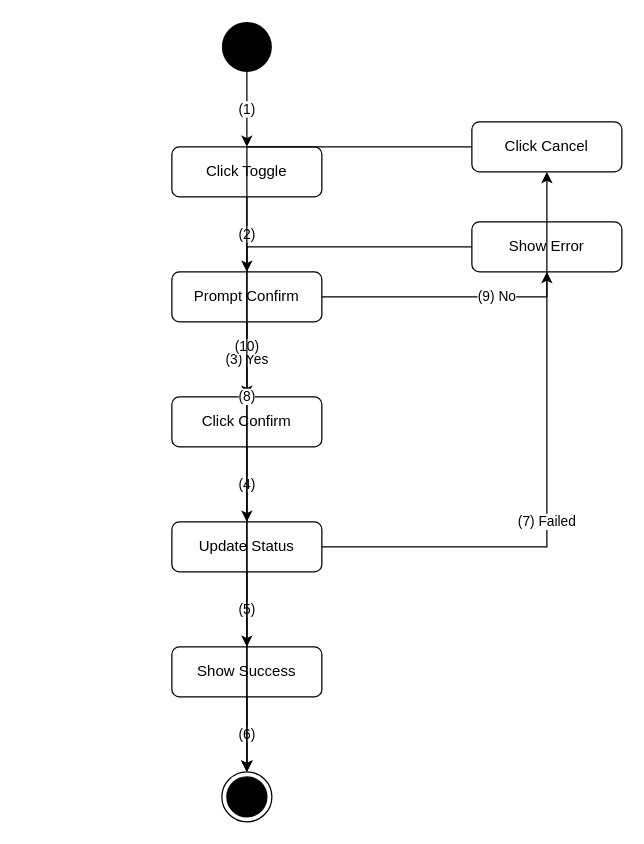
The draw.io diagram activity_flow/uc38_activity_flow.drawio in kingDlight/UEIMS_Project, before the edit. Source tidied: cells renumbered, new cells numbered last; positions are measured from the earlier drawing's top-left corner, leaving out a move shared by most shapes. Both pictures are drawn from the tidied source at 125%, with x=0, y=0 at pixel (171, 21).
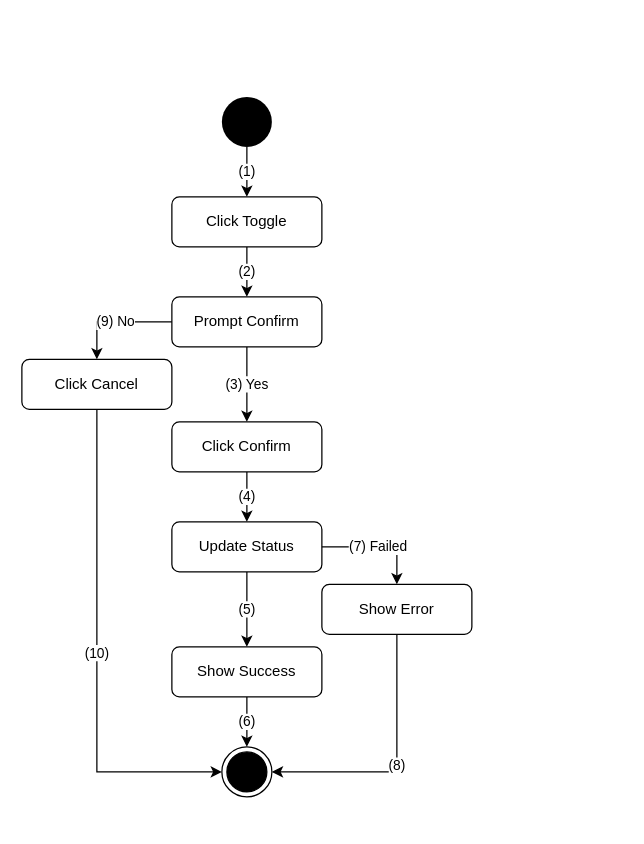
The same diagram, later.

The change refers to these unchanged cells:
```xml
<mxCell id="6" value="Update Status" style="rounded=1;whiteSpace=wrap;html=1;" parent="1" vertex="1">
  <mxGeometry y="400" width="120" height="40" as="geometry" />
</mxCell>
```

Change to the diagram source:
```diff
@@
     <mxCell id="2" style="ellipse;whiteSpace=wrap;html=1;fillColor=#000000;strokeColor=none;" parent="1" vertex="1">
-      <mxGeometry x="40" width="40" height="40" as="geometry" />
+      <mxGeometry x="40" y="60" width="40" height="40" as="geometry" />
     </mxCell>
     <mxCell id="3" value="Click Toggle" style="rounded=1;whiteSpace=wrap;html=1;" parent="1" vertex="1">
-      <mxGeometry y="100" width="120" height="40" as="geometry" />
+      <mxGeometry y="140" width="120" height="40" as="geometry" />
     </mxCell>
     <mxCell id="4" value="Prompt Confirm" style="rounded=1;whiteSpace=wrap;html=1;" parent="1" vertex="1">
-      <mxGeometry y="200" width="120" height="40" as="geometry" />
+      <mxGeometry y="220" width="120" height="40" as="geometry" />
     </mxCell>
     <mxCell id="5" value="Click Confirm" style="rounded=1;whiteSpace=wrap;html=1;" parent="1" vertex="1">
-      <mxGeometry y="300" width="120" height="40" as="geometry" />
+      <mxGeometry y="320" width="120" height="40" as="geometry" />
     </mxCell>
@@
     <mxCell id="8" style="ellipse;html=1;shape=endState;fillColor=#000000;strokeColor=#000000;" parent="1" vertex="1">
-      <mxGeometry x="40" y="600" width="40" height="40" as="geometry" />
+      <mxGeometry x="40" y="580" width="40" height="40" as="geometry" />
     </mxCell>
     <mxCell id="9" value="Click Cancel" style="rounded=1;whiteSpace=wrap;html=1;" parent="1" vertex="1">
-      <mxGeometry x="240" y="80" width="120" height="40" as="geometry" />
+      <mxGeometry x="-120" y="270" width="120" height="40" as="geometry" />
     </mxCell>
     <mxCell id="10" value="Show Error" style="rounded=1;whiteSpace=wrap;html=1;" parent="1" vertex="1">
-      <mxGeometry x="240" y="160" width="120" height="40" as="geometry" />
+      <mxGeometry x="120" y="450" width="120" height="40" as="geometry" />
     </mxCell>
@@
-    <mxCell id="17" value="(9) No" style="edgeStyle=orthogonalEdgeStyle;rounded=0;html=1;exitX=1;exitY=0.5;entryX=0.5;entryY=1;" parent="1" edge="1" source="4" target="9">
+    <mxCell id="17" value="(9) No" style="edgeStyle=orthogonalEdgeStyle;rounded=0;html=1;exitX=0;exitY=0.5;entryX=0.5;entryY=0;entryDx=0;entryDy=0;exitDx=0;exitDy=0;" parent="1" edge="1" source="4" target="9">
       <mxGeometry relative="1" as="geometry" />
     </mxCell>
-    <mxCell id="18" value="(10)" style="edgeStyle=orthogonalEdgeStyle;rounded=0;html=1;exitX=0;exitY=0.5;entryX=0.5;entryY=0;" parent="1" edge="1" source="9" target="8">
+    <mxCell id="18" value="(10)" style="edgeStyle=orthogonalEdgeStyle;rounded=0;html=1;exitX=0.5;exitY=1;entryX=0;entryY=0.5;exitDx=0;exitDy=0;entryDx=0;entryDy=0;" parent="1" edge="1" source="9" target="8">
       <mxGeometry relative="1" as="geometry" />
     </mxCell>
-    <mxCell id="19" value="(7) Failed" style="edgeStyle=orthogonalEdgeStyle;rounded=0;html=1;exitX=1;exitY=0.5;entryX=0.5;entryY=1;" parent="1" edge="1" source="6" target="10">
+    <mxCell id="19" value="(7) Failed" style="edgeStyle=orthogonalEdgeStyle;rounded=0;html=1;exitX=1;exitY=0.5;entryX=0.5;entryY=0;entryDx=0;entryDy=0;" parent="1" edge="1" source="6" target="10">
       <mxGeometry relative="1" as="geometry" />
     </mxCell>
-    <mxCell id="20" value="(8)" style="edgeStyle=orthogonalEdgeStyle;rounded=0;html=1;exitX=0;exitY=0.5;entryX=0.5;entryY=0;" parent="1" edge="1" source="10" target="8">
+    <mxCell id="20" value="(8)" style="edgeStyle=orthogonalEdgeStyle;rounded=0;html=1;exitX=0.5;exitY=1;entryX=1;entryY=0.5;entryDx=0;entryDy=0;exitDx=0;exitDy=0;" parent="1" edge="1" source="10" target="8">
       <mxGeometry relative="1" as="geometry" />
     </mxCell>
```
